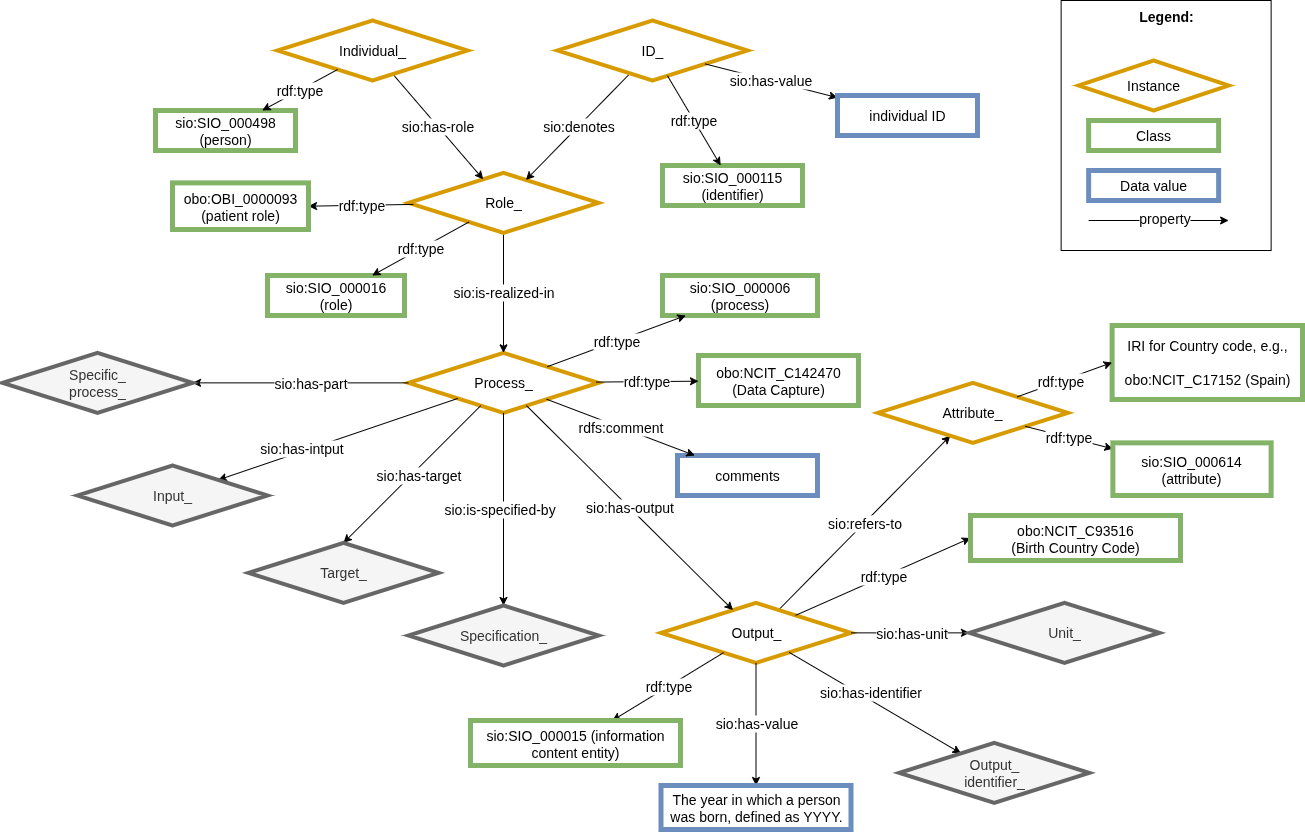
Before: images/CARE-SM-Country.drawio.png, a diagram exported from draw.io (CARE-SM/CARE-Semantic-Model). Source tidied: cells renumbered, new cells last; positions are measured from the earlier drawing's top-left corner, leaving out a move shared by most shapes.
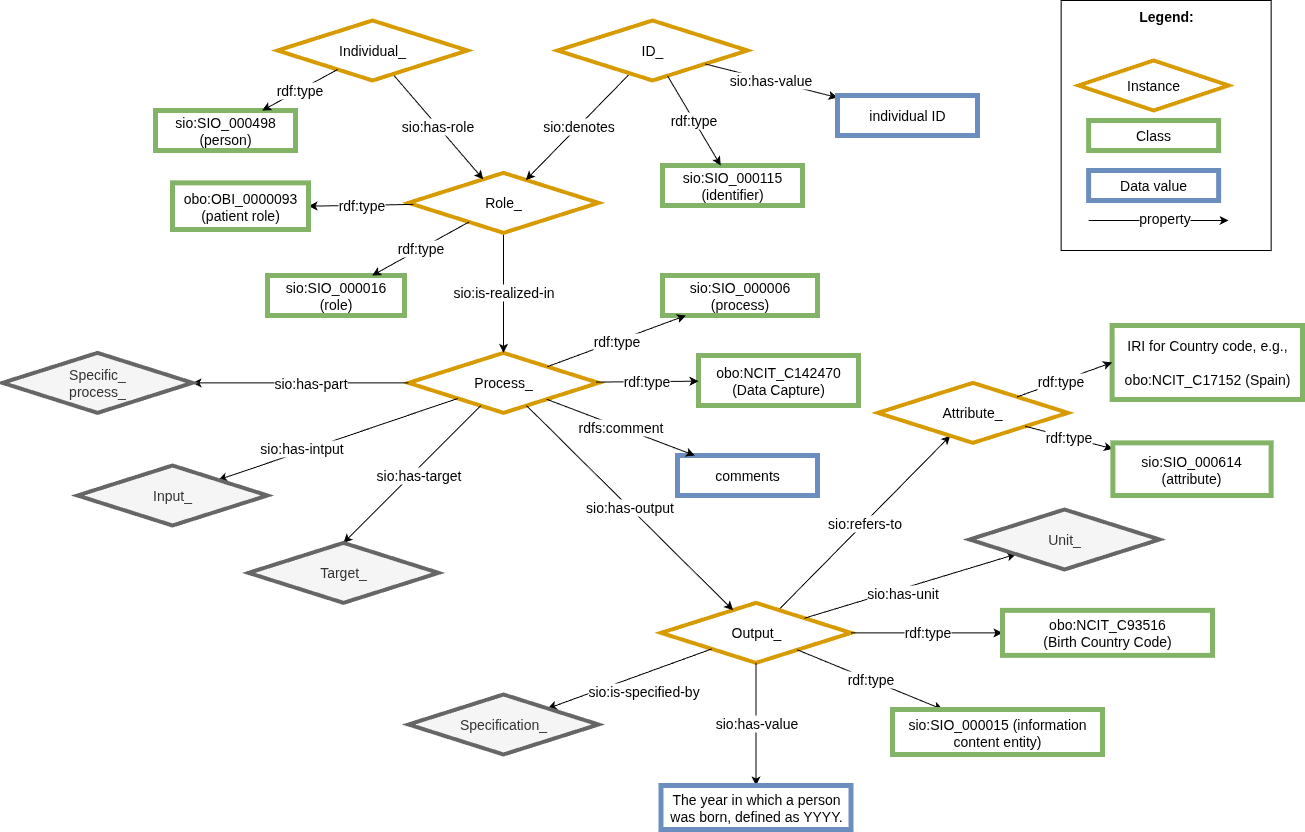
The same file after the commit.

The edit, as a diff of the source:
```diff
@@ -21,7 +21,7 @@
       <mxGeometry relative="1" as="geometry" />
     </mxCell>
     <mxCell id="8" value="&lt;font style=&quot;font-size: 14px;&quot;&gt;sio:SIO_000015 (information content entity)&lt;/font&gt;" style="whiteSpace=wrap;html=1;fillColor=#FFFFFF;strokeColor=#82b366;strokeWidth=5;fontSize=14;" parent="1" vertex="1">
-      <mxGeometry x="468" y="720" width="210" height="45" as="geometry" />
+      <mxGeometry x="890" y="709" width="210" height="45" as="geometry" />
     </mxCell>
     <mxCell id="9" value="Role_" style="rhombus;whiteSpace=wrap;html=1;fillColor=#FFFFFF;strokeColor=#D79B00;perimeter=rhombusPerimeter;arcSize=20;comic=0;enumerate=0;strokeWidth=4;rounded=0;fontSize=14;" parent="1" vertex="1">
       <mxGeometry x="406" y="172.4" width="190" height="60" as="geometry" />
@@ -64,7 +64,7 @@
         <mxPoint x="-61" y="18" as="offset" />
       </mxGeometry>
     </mxCell>
-    <mxCell id="22" style="edgeStyle=none;rounded=0;jettySize=auto;html=1;strokeWidth=1;fontSize=14;" parent="1" edge="1" source="4" target="24">
+    <mxCell id="22" style="edgeStyle=none;rounded=0;jettySize=auto;html=1;strokeWidth=1;fontSize=14;" parent="1" edge="1" source="3" target="24">
       <mxGeometry relative="1" as="geometry" />
     </mxCell>
     <mxCell id="23" value="sio:is-specified-by" style="edgeLabel;html=1;align=center;verticalAlign=middle;fontSize=14;" parent="22" vertex="1">
@@ -73,7 +73,7 @@
       </mxGeometry>
     </mxCell>
     <mxCell id="24" value="Specification_" style="rhombus;whiteSpace=wrap;html=1;fillColor=#f5f5f5;strokeColor=#666666;perimeter=rhombusPerimeter;arcSize=20;comic=0;enumerate=0;strokeWidth=4;rounded=0;fontSize=14;fontColor=#333333;" parent="1" vertex="1">
-      <mxGeometry x="406" y="605" width="190" height="60" as="geometry" />
+      <mxGeometry x="406" y="694" width="190" height="60" as="geometry" />
     </mxCell>
     <mxCell id="25" value="Input_" style="rhombus;whiteSpace=wrap;html=1;fillColor=#f5f5f5;strokeColor=#666666;perimeter=rhombusPerimeter;arcSize=20;comic=0;enumerate=0;strokeWidth=4;rounded=0;fontSize=14;fontColor=#333333;" parent="1" vertex="1">
       <mxGeometry x="75" y="465" width="190" height="60" as="geometry" />
@@ -87,7 +87,7 @@
       </mxGeometry>
     </mxCell>
     <mxCell id="28" value="Unit_" style="rhombus;whiteSpace=wrap;html=1;fillColor=#f5f5f5;strokeColor=#666666;perimeter=rhombusPerimeter;arcSize=20;comic=0;enumerate=0;strokeWidth=4;rounded=0;fontSize=14;fontColor=#333333;" parent="1" vertex="1">
-      <mxGeometry x="967" y="602.4" width="190" height="60" as="geometry" />
+      <mxGeometry x="967" y="509" width="190" height="60" as="geometry" />
     </mxCell>
     <mxCell id="29" value="&lt;div style=&quot;text-align: left; font-size: 14px;&quot;&gt;&lt;span style=&quot;background-color: initial; font-size: 14px;&quot;&gt;&lt;b style=&quot;font-size: 14px;&quot;&gt;&lt;font style=&quot;font-size: 14px;&quot;&gt;Legend:&lt;/font&gt;&lt;/b&gt;&lt;/span&gt;&lt;/div&gt;&lt;div style=&quot;text-align: left; font-size: 14px;&quot;&gt;&lt;span style=&quot;background-color: initial; font-size: 14px;&quot;&gt;&lt;br style=&quot;font-size: 14px;&quot;&gt;&lt;/span&gt;&lt;/div&gt;&lt;div style=&quot;text-align: left; font-size: 14px;&quot;&gt;&lt;span style=&quot;background-color: initial; font-size: 14px;&quot;&gt;&lt;br style=&quot;font-size: 14px;&quot;&gt;&lt;/span&gt;&lt;/div&gt;&lt;div style=&quot;text-align: left; font-size: 14px;&quot;&gt;&lt;span style=&quot;background-color: initial; font-size: 14px;&quot;&gt;&lt;br style=&quot;font-size: 14px;&quot;&gt;&lt;/span&gt;&lt;/div&gt;&lt;div style=&quot;text-align: left; font-size: 14px;&quot;&gt;&lt;br style=&quot;font-size: 14px;&quot;&gt;&lt;/div&gt;&lt;div style=&quot;text-align: left; font-size: 14px;&quot;&gt;&lt;br style=&quot;font-size: 14px;&quot;&gt;&lt;/div&gt;&lt;div style=&quot;text-align: left; font-size: 14px;&quot;&gt;&lt;br style=&quot;font-size: 14px;&quot;&gt;&lt;/div&gt;&lt;div style=&quot;text-align: left; font-size: 14px;&quot;&gt;&lt;br style=&quot;font-size: 14px;&quot;&gt;&lt;/div&gt;&lt;div style=&quot;text-align: left; font-size: 14px;&quot;&gt;&lt;br style=&quot;font-size: 14px;&quot;&gt;&lt;/div&gt;&lt;div style=&quot;text-align: left; font-size: 14px;&quot;&gt;&lt;span style=&quot;background-color: initial; font-size: 14px;&quot;&gt;&lt;br style=&quot;font-size: 14px;&quot;&gt;&lt;/span&gt;&lt;/div&gt;&lt;div style=&quot;text-align: left; font-size: 14px;&quot;&gt;&lt;span style=&quot;background-color: initial; font-size: 14px;&quot;&gt;&lt;br style=&quot;font-size: 14px;&quot;&gt;&lt;/span&gt;&lt;/div&gt;&lt;div style=&quot;text-align: left; font-size: 14px;&quot;&gt;&lt;span style=&quot;background-color: initial; font-size: 14px;&quot;&gt;&lt;br style=&quot;font-size: 14px;&quot;&gt;&lt;/span&gt;&lt;/div&gt;&lt;div style=&quot;text-align: left; font-size: 14px;&quot;&gt;&lt;span style=&quot;background-color: initial; font-size: 14px;&quot;&gt;&lt;br style=&quot;font-size: 14px;&quot;&gt;&lt;/span&gt;&lt;/div&gt;&lt;div style=&quot;text-align: left; font-size: 14px;&quot;&gt;&lt;span style=&quot;background-color: initial; font-size: 14px;&quot;&gt;&lt;br style=&quot;font-size: 14px;&quot;&gt;&lt;/span&gt;&lt;/div&gt;" style="rounded=0;whiteSpace=wrap;html=1;fontSize=14;" parent="1" vertex="1">
       <mxGeometry x="1058.6" width="210" height="250" as="geometry" />
@@ -135,17 +135,6 @@
     <mxCell id="41" value="Specific_&lt;div&gt;process_&lt;/div&gt;" style="rhombus;whiteSpace=wrap;html=1;fillColor=#f5f5f5;strokeColor=#666666;perimeter=rhombusPerimeter;arcSize=20;comic=0;enumerate=0;strokeWidth=4;rounded=0;fontSize=14;fontColor=#333333;" parent="1" vertex="1">
       <mxGeometry y="352.4" width="190" height="60" as="geometry" />
     </mxCell>
-    <mxCell id="42" style="edgeStyle=none;rounded=0;jettySize=auto;html=1;fontSize=14;" parent="1" edge="1" source="3" target="44">
-      <mxGeometry relative="1" as="geometry" />
-    </mxCell>
-    <mxCell id="43" value="sio:has-identifier" style="edgeLabel;html=1;align=center;verticalAlign=middle;fontSize=14;" parent="42" vertex="1">
-      <mxGeometry x="-0.21" y="-1" relative="1" as="geometry">
-        <mxPoint x="13" y="-1" as="offset" />
-      </mxGeometry>
-    </mxCell>
-    <mxCell id="44" value="Output_&lt;div style=&quot;font-size: 14px;&quot;&gt;identifier_&lt;/div&gt;" style="rhombus;whiteSpace=wrap;html=1;fillColor=#f5f5f5;strokeColor=#666666;perimeter=rhombusPerimeter;arcSize=20;comic=0;enumerate=0;strokeWidth=4;rounded=0;fontSize=14;fontColor=#333333;" parent="1" vertex="1">
-      <mxGeometry x="896.8" y="742.4" width="190" height="60" as="geometry" />
-    </mxCell>
     <mxCell id="45" value="rdf:type" style="edgeStyle=none;rounded=0;jettySize=auto;html=1;fontSize=14;" parent="1" edge="1" source="9" target="17">
       <mxGeometry relative="1" as="geometry" />
     </mxCell>
@@ -156,7 +145,7 @@
       <mxGeometry relative="1" as="geometry" />
     </mxCell>
     <mxCell id="48" value="&lt;span style=&quot;background-color: transparent;&quot;&gt;obo:NCIT_C93516&lt;/span&gt;&lt;div&gt;&lt;span style=&quot;background-color: transparent;&quot;&gt;(Birth Country Code)&lt;/span&gt;&lt;/div&gt;" style="whiteSpace=wrap;html=1;fillColor=#FFFFFF;strokeColor=#82b366;strokeWidth=5;fontSize=14;" parent="1" vertex="1">
-      <mxGeometry x="968" y="515" width="210" height="45" as="geometry" />
+      <mxGeometry x="1000" y="609.9" width="210" height="45" as="geometry" />
     </mxCell>
     <mxCell id="49" value="IRI for Country code, e.g.,&lt;div&gt;&lt;br&gt;&lt;div&gt;&lt;div&gt;&lt;span style=&quot;background-color: transparent; color: light-dark(rgb(0, 0, 0), rgb(255, 255, 255));&quot;&gt;obo:&lt;/span&gt;&lt;span style=&quot;background-color: transparent;&quot;&gt;NCIT_C17152&amp;nbsp;&lt;/span&gt;&lt;span style=&quot;background-color: transparent; color: light-dark(rgb(0, 0, 0), rgb(255, 255, 255));&quot;&gt;(Spain)&lt;/span&gt;&lt;/div&gt;&lt;/div&gt;&lt;/div&gt;" style="whiteSpace=wrap;html=1;fillColor=#FFFFFF;strokeColor=#82b366;strokeWidth=5;fontSize=14;" parent="1" vertex="1">
       <mxGeometry x="1109.6" y="325" width="190.4" height="74" as="geometry" />
```
